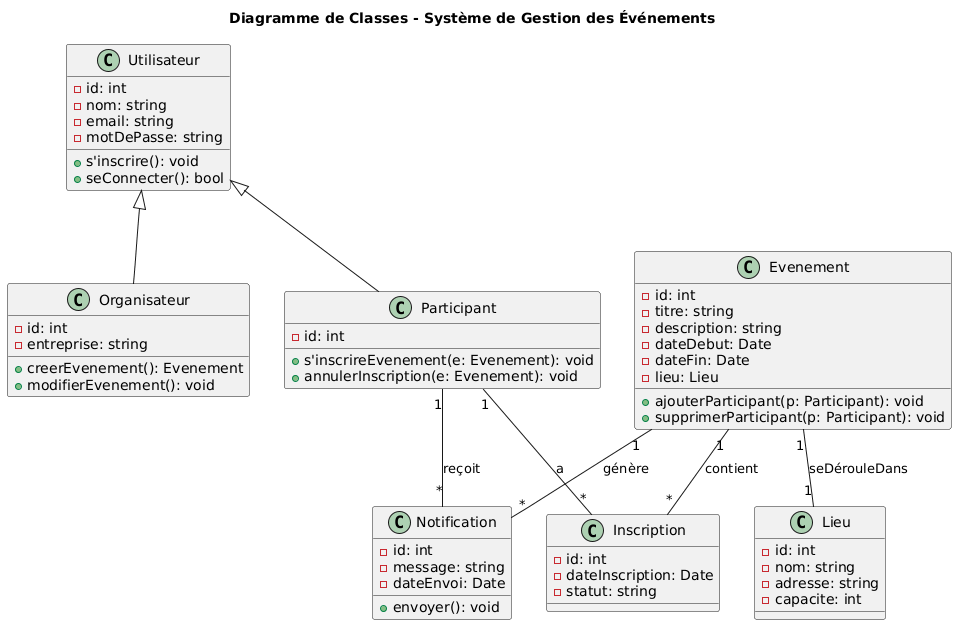
Above: classes.png in youssefbouali/IDM_Project (PlantUML), before the change. Source of this version:
```plantuml
@startuml
title Diagramme de Classes - Système de Gestion des Événements

class Utilisateur {
    - id: int
    - nom: string
    - email: string
    - motDePasse: string
    + s'inscrire(): void
    + seConnecter(): bool
}

class Organisateur {
    - id: int
    - entreprise: string
    + creerEvenement(): Evenement
    + modifierEvenement(): void
}

class Participant {
    - id: int
    + s'inscrireEvenement(e: Evenement): void
    + annulerInscription(e: Evenement): void
}

class Evenement {
    - id: int
    - titre: string
    - description: string
    - dateDebut: Date
    - dateFin: Date
    - lieu: Lieu
    + ajouterParticipant(p: Participant): void
    + supprimerParticipant(p: Participant): void
}

class Lieu {
    - id: int
    - nom: string
    - adresse: string
    - capacite: int
}

class Inscription {
    - id: int
    - dateInscription: Date
    - statut: string
}

class Notification {
    - id: int
    - message: string
    - dateEnvoi: Date
    + envoyer(): void
}

Utilisateur <|-- Organisateur
Utilisateur <|-- Participant

Evenement "1" -- "1" Lieu : seDérouleDans
Evenement "1" -- "*" Inscription : contient
Participant "1" -- "*" Inscription : a
Evenement "1" -- "*" Notification : génère
Participant "1" -- "*" Notification : reçoit
@enduml
```
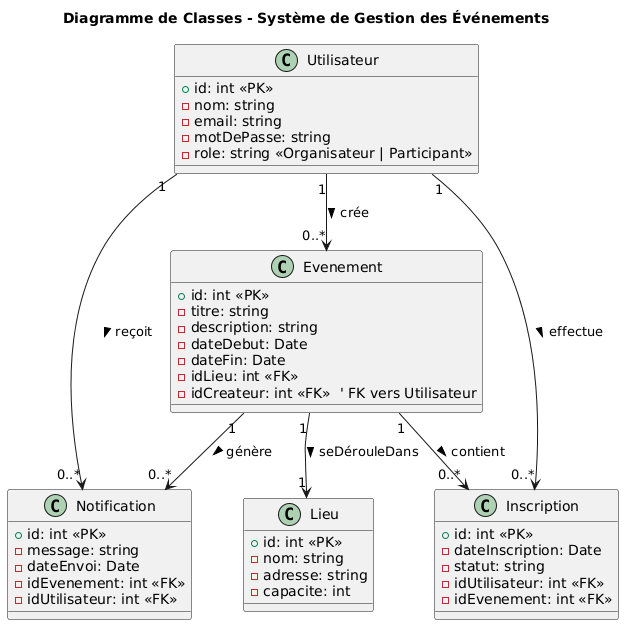
Above is the later version.

Change to the diagram source:
```diff
@@ -2,64 +2,54 @@
 title Diagramme de Classes - Système de Gestion des Événements
 
 class Utilisateur {
-    - id: int
+    + id: int <<PK>>
     - nom: string
     - email: string
     - motDePasse: string
-    + s'inscrire(): void
-    + seConnecter(): bool
-}
-
-class Organisateur {
-    - id: int
-    - entreprise: string
-    + creerEvenement(): Evenement
-    + modifierEvenement(): void
-}
-
-class Participant {
-    - id: int
-    + s'inscrireEvenement(e: Evenement): void
-    + annulerInscription(e: Evenement): void
+    - role: string <<Organisateur | Participant>>
 }
 
 class Evenement {
-    - id: int
+    + id: int <<PK>>
     - titre: string
     - description: string
     - dateDebut: Date
     - dateFin: Date
-    - lieu: Lieu
-    + ajouterParticipant(p: Participant): void
-    + supprimerParticipant(p: Participant): void
+    - idLieu: int <<FK>>
+    - idCreateur: int <<FK>>  ' FK vers Utilisateur
 }
 
 class Lieu {
-    - id: int
+    + id: int <<PK>>
     - nom: string
     - adresse: string
     - capacite: int
 }
 
 class Inscription {
-    - id: int
+    + id: int <<PK>>
     - dateInscription: Date
     - statut: string
+    - idUtilisateur: int <<FK>>
+    - idEvenement: int <<FK>>
 }
 
 class Notification {
-    - id: int
+    + id: int <<PK>>
     - message: string
     - dateEnvoi: Date
-    + envoyer(): void
+    - idEvenement: int <<FK>>
+    - idUtilisateur: int <<FK>>
 }
 
-Utilisateur <|-- Organisateur
-Utilisateur <|-- Participant
 
-Evenement "1" -- "1" Lieu : seDérouleDans
-Evenement "1" -- "*" Inscription : contient
-Participant "1" -- "*" Inscription : a
-Evenement "1" -- "*" Notification : génère
-Participant "1" -- "*" Notification : reçoit
+Utilisateur "1" --> "0..*" Evenement : crée >
+
+Evenement "1" --> "1" Lieu : seDérouleDans >
+
+Utilisateur "1" --> "0..*" Inscription : effectue >
+Evenement "1" --> "0..*" Inscription : contient >
+
+Evenement "1" --> "0..*" Notification : génère >
+Utilisateur "1" --> "0..*" Notification : reçoit >
 @enduml
```
